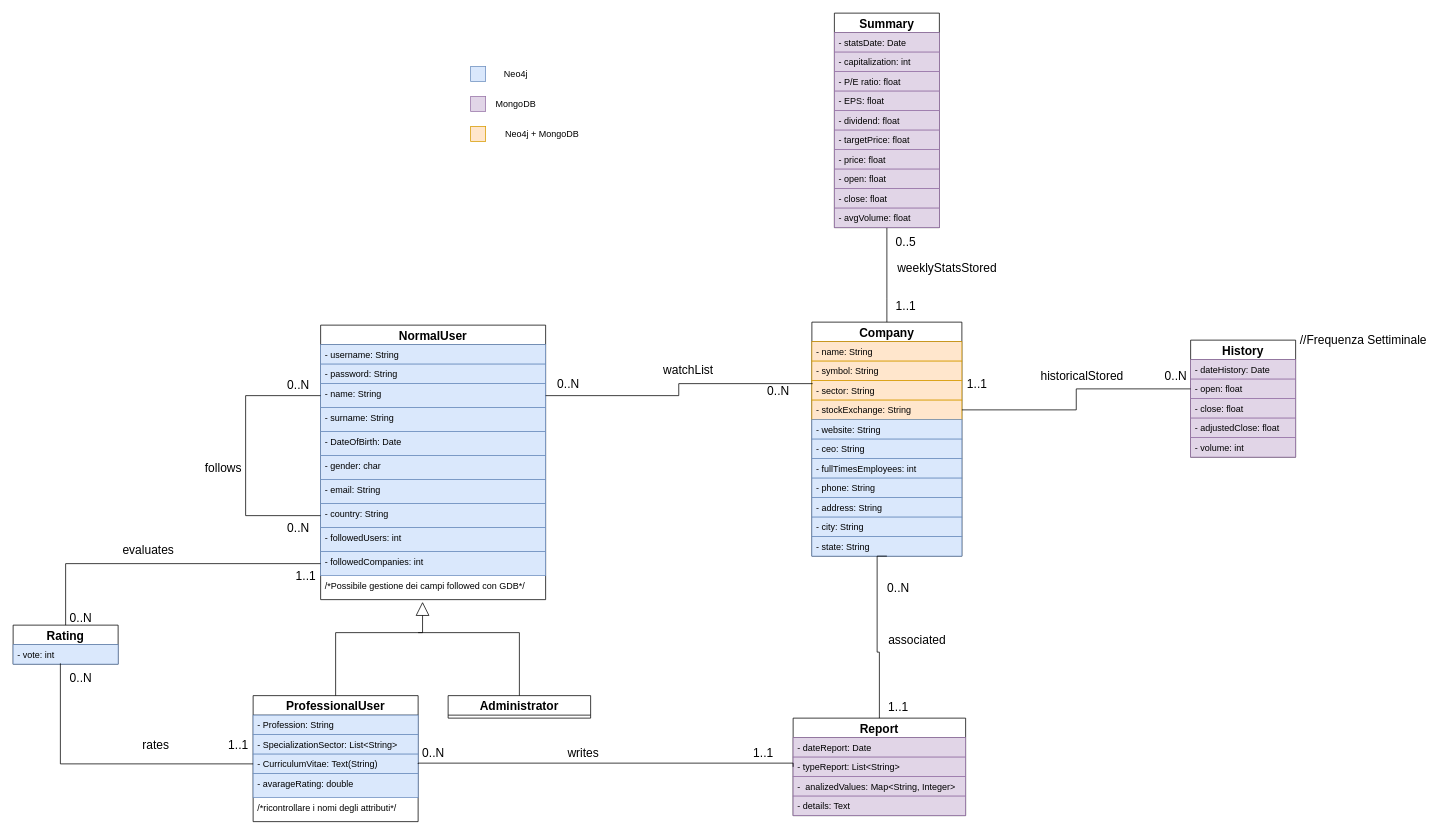
Before: page "Page-2" (2 of 2) of Diagrammi/ClassesDiagram.drawio in Matteo-Castrignano/CompaniesDiscoveryApplications, a draw.io diagram. Source tidied: cells renumbered, new cells numbered last; positions are measured from the earlier drawing's top-left corner, leaving out a move shared by most shapes. Both pictures are drawn from the tidied source at 75%, with x=0, y=0 at pixel (13, 13).
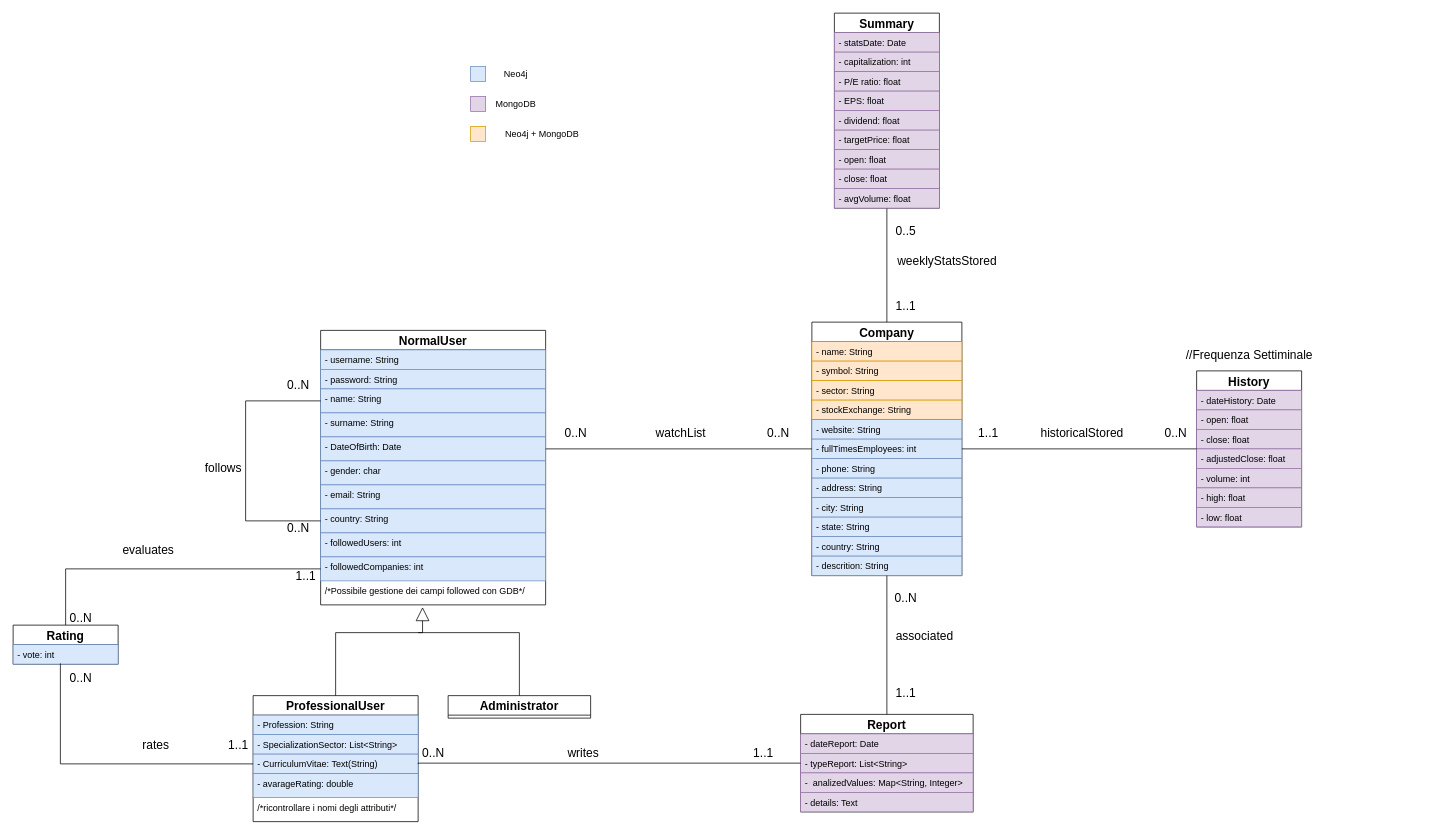
Above is the later version.

Unchanged cells that the change refers to:
```xml
<mxCell id="5" value="- name: String&#10;" style="text;strokeColor=#6c8ebf;fillColor=#dae8fc;align=left;verticalAlign=top;spacingLeft=4;spacingRight=4;overflow=hidden;points=[[0,0.5],[1,0.5]];portConstraint=eastwest;" parent="2" vertex="1">
  <mxGeometry y="78" width="300" height="32" as="geometry" />
</mxCell>
<mxCell id="7" value="- DateOfBirth: Date&#10;" style="text;strokeColor=#6c8ebf;fillColor=#dae8fc;align=left;verticalAlign=top;spacingLeft=4;spacingRight=4;overflow=hidden;points=[[0,0.5],[1,0.5]];portConstraint=eastwest;" parent="2" vertex="1">
  <mxGeometry y="142" width="300" height="32" as="geometry" />
</mxCell>
<mxCell id="31" value="- sector: String" style="text;strokeColor=#d79b00;fillColor=#ffe6cc;align=left;verticalAlign=top;spacingLeft=4;spacingRight=4;overflow=hidden;points=[[0,0.5],[1,0.5]];portConstraint=eastwest;" parent="28" vertex="1">
  <mxGeometry y="78" width="200" height="26" as="geometry" />
</mxCell>
<mxCell id="32" value="- stockExchange: String" style="text;strokeColor=#d79b00;fillColor=#ffe6cc;align=left;verticalAlign=top;spacingLeft=4;spacingRight=4;overflow=hidden;points=[[0,0.5],[1,0.5]];portConstraint=eastwest;" parent="28" vertex="1">
  <mxGeometry y="104" width="200" height="26" as="geometry" />
</mxCell>
<mxCell id="42" value="- open: float" style="text;strokeColor=#9673a6;fillColor=#e1d5e7;align=left;verticalAlign=top;spacingLeft=4;spacingRight=4;overflow=hidden;points=[[0,0.5],[1,0.5]];portConstraint=eastwest;" parent="40" vertex="1">
  <mxGeometry y="52" width="140" height="26" as="geometry" />
</mxCell>
```

Diff of the diagram source:
```diff
@@
     <mxCell id="2" value="NormalUser" style="swimlane;fontStyle=1;horizontal=1;startSize=26;fontSize=16;" parent="1" vertex="1">
-      <mxGeometry x="410" y="416" width="300" height="366" as="geometry" />
+      <mxGeometry x="410" y="423" width="300" height="366" as="geometry" />
     </mxCell>
@@
     <mxCell id="28" value="Company" style="swimlane;fontStyle=1;horizontal=1;startSize=26;fillColor=none;fontSize=16;" parent="1" vertex="1">
-      <mxGeometry x="1065" y="412" width="200" height="312" as="geometry" />
+      <mxGeometry x="1065" y="412" width="200" height="338" as="geometry" />
     </mxCell>
@@
-    <mxCell id="34" value="- ceo: String" style="text;strokeColor=#6c8ebf;fillColor=#dae8fc;align=left;verticalAlign=top;spacingLeft=4;spacingRight=4;overflow=hidden;" parent="28" vertex="1">
-      <mxGeometry y="156" width="200" height="26" as="geometry" />
-    </mxCell>
     <mxCell id="35" value="- fullTimesEmployees: int" style="text;strokeColor=#6c8ebf;fillColor=#dae8fc;align=left;verticalAlign=top;spacingLeft=4;spacingRight=4;overflow=hidden;points=[[0,0.5],[1,0.5]];portConstraint=eastwest;" parent="28" vertex="1">
-      <mxGeometry y="182" width="200" height="26" as="geometry" />
+      <mxGeometry y="156" width="200" height="26" as="geometry" />
     </mxCell>
     <mxCell id="36" value="- phone: String" style="text;strokeColor=#6c8ebf;fillColor=#dae8fc;align=left;verticalAlign=top;spacingLeft=4;spacingRight=4;overflow=hidden;" parent="28" vertex="1">
-      <mxGeometry y="208" width="200" height="26" as="geometry" />
+      <mxGeometry y="182" width="200" height="26" as="geometry" />
     </mxCell>
     <mxCell id="37" value="- address: String" style="text;strokeColor=#6c8ebf;fillColor=#dae8fc;align=left;verticalAlign=top;spacingLeft=4;spacingRight=4;overflow=hidden;" parent="28" vertex="1">
-      <mxGeometry y="234" width="200" height="26" as="geometry" />
+      <mxGeometry y="208" width="200" height="26" as="geometry" />
     </mxCell>
     <mxCell id="38" value="- city: String" style="text;strokeColor=#6c8ebf;fillColor=#dae8fc;align=left;verticalAlign=top;spacingLeft=4;spacingRight=4;overflow=hidden;" parent="28" vertex="1">
-      <mxGeometry y="260" width="200" height="26" as="geometry" />
+      <mxGeometry y="234" width="200" height="26" as="geometry" />
     </mxCell>
+    <mxCell id="98" value="- state: String" style="text;strokeColor=#6c8ebf;fillColor=#dae8fc;align=left;verticalAlign=top;spacingLeft=4;spacingRight=4;overflow=hidden;" parent="28" vertex="1">
+      <mxGeometry y="260" width="200" height="26" as="geometry" />
+    </mxCell>
+    <mxCell id="99" value="- country: String" style="text;strokeColor=#6c8ebf;fillColor=#dae8fc;align=left;verticalAlign=top;spacingLeft=4;spacingRight=4;overflow=hidden;" parent="28" vertex="1">
+      <mxGeometry y="286" width="200" height="26" as="geometry" />
+    </mxCell>
-    <mxCell id="39" value="- state: String" style="text;strokeColor=#6c8ebf;fillColor=#dae8fc;align=left;verticalAlign=top;spacingLeft=4;spacingRight=4;overflow=hidden;" parent="28" vertex="1">
-      <mxGeometry y="286" width="200" height="26" as="geometry" />
+    <mxCell id="39" value="- descrition: String" style="text;strokeColor=#6c8ebf;fillColor=#dae8fc;align=left;verticalAlign=top;spacingLeft=4;spacingRight=4;overflow=hidden;" parent="28" vertex="1">
+      <mxGeometry y="312" width="200" height="26" as="geometry" />
     </mxCell>
     <mxCell id="40" value="History" style="swimlane;fontStyle=1;horizontal=1;startSize=26;fillColor=none;fontSize=16;" parent="1" vertex="1">
-      <mxGeometry x="1570" y="436" width="140" height="156" as="geometry" />
+      <mxGeometry x="1578" y="477" width="140" height="208" as="geometry" />
     </mxCell>
@@
+    <mxCell id="100" value="- volume: int" style="text;strokeColor=#9673a6;fillColor=#e1d5e7;align=left;verticalAlign=top;spacingLeft=4;spacingRight=4;overflow=hidden;" parent="40" vertex="1">
+      <mxGeometry y="130" width="140" height="26" as="geometry" />
+    </mxCell>
-    <mxCell id="45" value="- volume: int" style="text;strokeColor=#9673a6;fillColor=#e1d5e7;align=left;verticalAlign=top;spacingLeft=4;spacingRight=4;overflow=hidden;" parent="40" vertex="1">
-      <mxGeometry y="130" width="140" height="26" as="geometry" />
+    <mxCell id="45" value="- high: float" style="text;strokeColor=#9673a6;fillColor=#e1d5e7;align=left;verticalAlign=top;spacingLeft=4;spacingRight=4;overflow=hidden;" parent="40" vertex="1">
+      <mxGeometry y="156" width="140" height="26" as="geometry" />
     </mxCell>
+    <mxCell id="101" value="- low: float" style="text;strokeColor=#9673a6;fillColor=#e1d5e7;align=left;verticalAlign=top;spacingLeft=4;spacingRight=4;overflow=hidden;" parent="40" vertex="1">
+      <mxGeometry y="182" width="140" height="26" as="geometry" />
+    </mxCell>
     <mxCell id="46" value="1..1" style="text;html=1;align=center;verticalAlign=middle;fontSize=16;" parent="1" vertex="1">
-      <mxGeometry x="1265" y="484" width="40" height="20" as="geometry" />
+      <mxGeometry x="1280" y="550" width="40" height="20" as="geometry" />
     </mxCell>
     <mxCell id="47" value="0..N" style="text;html=1;align=center;verticalAlign=middle;fontSize=16;" parent="1" vertex="1">
-      <mxGeometry x="1530" y="474" width="40" height="20" as="geometry" />
+      <mxGeometry x="1530" y="550" width="40" height="20" as="geometry" />
     </mxCell>
     <mxCell id="48" value="historicalStored" style="text;html=1;align=center;verticalAlign=middle;fontSize=16;" parent="1" vertex="1">
-      <mxGeometry x="1360" y="474" width="130" height="20" as="geometry" />
+      <mxGeometry x="1360" y="550" width="130" height="20" as="geometry" />
     </mxCell>
     <mxCell id="49" value="Summary" style="swimlane;fontStyle=1;horizontal=1;startSize=26;fillColor=none;fontSize=16;" parent="1" vertex="1">
-      <mxGeometry x="1095" width="140" height="286" as="geometry" />
+      <mxGeometry x="1095" width="140" height="260" as="geometry" />
     </mxCell>
@@
-    <mxCell id="56" value="- price: float " style="text;strokeColor=#9673a6;fillColor=#e1d5e7;align=left;verticalAlign=top;spacingLeft=4;spacingRight=4;overflow=hidden;" parent="49" vertex="1">
-      <mxGeometry y="182" width="140" height="26" as="geometry" />
-    </mxCell>
     <mxCell id="57" value="- open: float" style="text;strokeColor=#9673a6;fillColor=#e1d5e7;align=left;verticalAlign=top;spacingLeft=4;spacingRight=4;overflow=hidden;" parent="49" vertex="1">
-      <mxGeometry y="208" width="140" height="26" as="geometry" />
+      <mxGeometry y="182" width="140" height="26" as="geometry" />
     </mxCell>
     <mxCell id="58" value="- close: float" style="text;strokeColor=#9673a6;fillColor=#e1d5e7;align=left;verticalAlign=top;spacingLeft=4;spacingRight=4;overflow=hidden;" parent="49" vertex="1">
-      <mxGeometry y="234" width="140" height="26" as="geometry" />
+      <mxGeometry y="208" width="140" height="26" as="geometry" />
     </mxCell>
     <mxCell id="59" value="- avgVolume: float" style="text;strokeColor=#9673a6;fillColor=#e1d5e7;align=left;verticalAlign=top;spacingLeft=4;spacingRight=4;overflow=hidden;" parent="49" vertex="1">
-      <mxGeometry y="260" width="140" height="26" as="geometry" />
+      <mxGeometry y="234" width="140" height="26" as="geometry" />
     </mxCell>
     <mxCell id="60" value="//Frequenza Settiminale" style="text;html=1;align=center;verticalAlign=middle;fontSize=16;" parent="1" vertex="1">
-      <mxGeometry x="1710" y="426" width="180" height="20" as="geometry" />
+      <mxGeometry x="1558" y="446" width="180" height="20" as="geometry" />
     </mxCell>
@@
     <mxCell id="62" value="0..5" style="text;html=1;align=center;verticalAlign=middle;fontSize=16;" parent="1" vertex="1">
-      <mxGeometry x="1170" y="295" width="40" height="20" as="geometry" />
+      <mxGeometry x="1170" y="280" width="40" height="20" as="geometry" />
     </mxCell>
     <mxCell id="63" value="weeklyStatsStored" style="text;html=1;align=center;verticalAlign=middle;fontSize=16;" parent="1" vertex="1">
-      <mxGeometry x="1170" y="330" width="150" height="20" as="geometry" />
+      <mxGeometry x="1170" y="320" width="150" height="20" as="geometry" />
     </mxCell>
-    <mxCell id="64" style="edgeStyle=orthogonalEdgeStyle;rounded=0;jettySize=auto;html=1;exitX=1;exitY=0.5;exitDx=0;exitDy=0;entryX=0.005;entryY=0.154;entryDx=0;entryDy=0;entryPerimeter=0;endArrow=none;endFill=0;strokeColor=#000000;fontSize=16;" parent="1" edge="1" source="5" target="31">
-      <mxGeometry relative="1" as="geometry" />
-    </mxCell>
     <mxCell id="65" value="0..N" style="text;html=1;align=center;verticalAlign=middle;fontSize=16;" parent="1" vertex="1">
-      <mxGeometry x="720" y="484" width="40" height="20" as="geometry" />
+      <mxGeometry x="730" y="550" width="40" height="20" as="geometry" />
     </mxCell>
     <mxCell id="66" value="0..N" style="text;html=1;align=center;verticalAlign=middle;fontSize=16;" parent="1" vertex="1">
-      <mxGeometry x="1000" y="494" width="40" height="20" as="geometry" />
+      <mxGeometry x="1000" y="550" width="40" height="20" as="geometry" />
     </mxCell>
     <mxCell id="67" value="watchList" style="text;html=1;align=center;verticalAlign=middle;fontSize=16;" parent="1" vertex="1">
-      <mxGeometry x="860" y="466" width="80" height="20" as="geometry" />
+      <mxGeometry x="850" y="550" width="80" height="20" as="geometry" />
     </mxCell>
@@
-    <mxCell id="78" style="rounded=0;jettySize=auto;html=1;exitX=0.5;exitY=0;exitDx=0;exitDy=0;endArrow=none;endFill=0;strokeColor=#000000;fontSize=16;entryX=0.5;entryY=1;entryDx=0;entryDy=0;edgeStyle=orthogonalEdgeStyle;" parent="1" edge="1" source="79" target="28">
-      <mxGeometry relative="1" as="geometry">
-        <Array as="points">
-          <mxPoint x="1155" y="852" />
-          <mxPoint x="1152" y="852" />
-          <mxPoint x="1152" y="724" />
-        </Array>
-      </mxGeometry>
-    </mxCell>
     <mxCell id="79" value="Report" style="swimlane;fontStyle=1;horizontal=1;startSize=26;fillColor=none;fontSize=16;" parent="1" vertex="1">
-      <mxGeometry x="1040" y="940" width="230" height="130" as="geometry" />
+      <mxGeometry x="1050" y="935" width="230" height="130" as="geometry" />
     </mxCell>
@@
     <mxCell id="85" value="associated" style="text;html=1;align=center;verticalAlign=middle;fontSize=16;" parent="1" vertex="1">
-      <mxGeometry x="1160" y="826" width="90" height="20" as="geometry" />
+      <mxGeometry x="1170" y="820" width="90" height="20" as="geometry" />
     </mxCell>
@@
     <mxCell id="89" value="0..N" style="text;html=1;align=center;verticalAlign=middle;fontSize=16;" parent="1" vertex="1">
-      <mxGeometry x="1160" y="756" width="40" height="20" as="geometry" />
+      <mxGeometry x="1170" y="769" width="40" height="20" as="geometry" />
     </mxCell>
     <mxCell id="90" value="1..1" style="text;html=1;align=center;verticalAlign=middle;fontSize=16;" parent="1" vertex="1">
-      <mxGeometry x="1160" y="915" width="40" height="20" as="geometry" />
+      <mxGeometry x="1170" y="896" width="40" height="20" as="geometry" />
     </mxCell>
-    <mxCell id="91" style="edgeStyle=orthogonalEdgeStyle;rounded=0;jettySize=auto;html=1;exitX=0;exitY=0.5;exitDx=0;exitDy=0;entryX=1;entryY=0.5;entryDx=0;entryDy=0;endArrow=none;endFill=0;strokeColor=#000000;fontSize=16;" parent="1" edge="1" source="42" target="32">
-      <mxGeometry relative="1" as="geometry" />
-    </mxCell>
@@
+    <mxCell id="102" style="endArrow=none;html=1;exitX=1;exitY=0.5;exitDx=0;exitDy=0;entryX=0;entryY=0.5;entryDx=0;entryDy=0;" parent="1" edge="1" source="35" target="40">
+      <mxGeometry relative="1" as="geometry" />
+    </mxCell>
+    <mxCell id="103" style="endArrow=none;html=1;entryX=0;entryY=0.5;entryDx=0;entryDy=0;exitX=1;exitY=0.5;exitDx=0;exitDy=0;" parent="1" edge="1" source="7" target="28">
+      <mxGeometry relative="1" as="geometry" />
+    </mxCell>
+    <mxCell id="78" style="endArrow=none;html=1;entryX=0.5;entryY=1;entryDx=0;entryDy=0;exitX=0.5;exitY=0;exitDx=0;exitDy=0;" parent="1" edge="1" source="79" target="28">
+      <mxGeometry relative="1" as="geometry" />
+    </mxCell>
```
